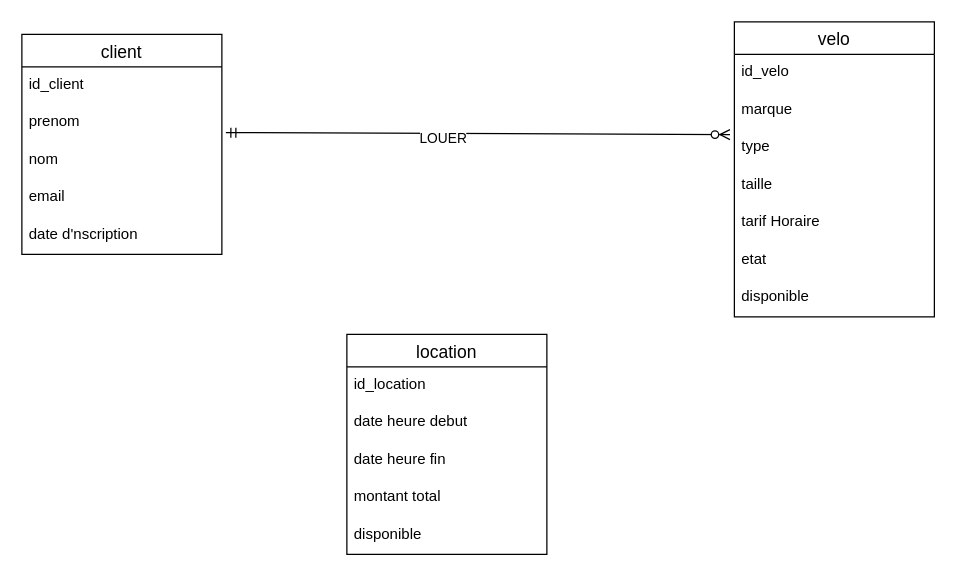
Before: locovelo.drawio in jefflearning40/locovelo, a draw.io diagram. Source tidied: cells renumbered, new cells numbered last; positions are measured from the earlier drawing's top-left corner, leaving out a move shared by most shapes. Both pictures are drawn from the tidied source at 125%, with x=0, y=0 at pixel (21, 21).
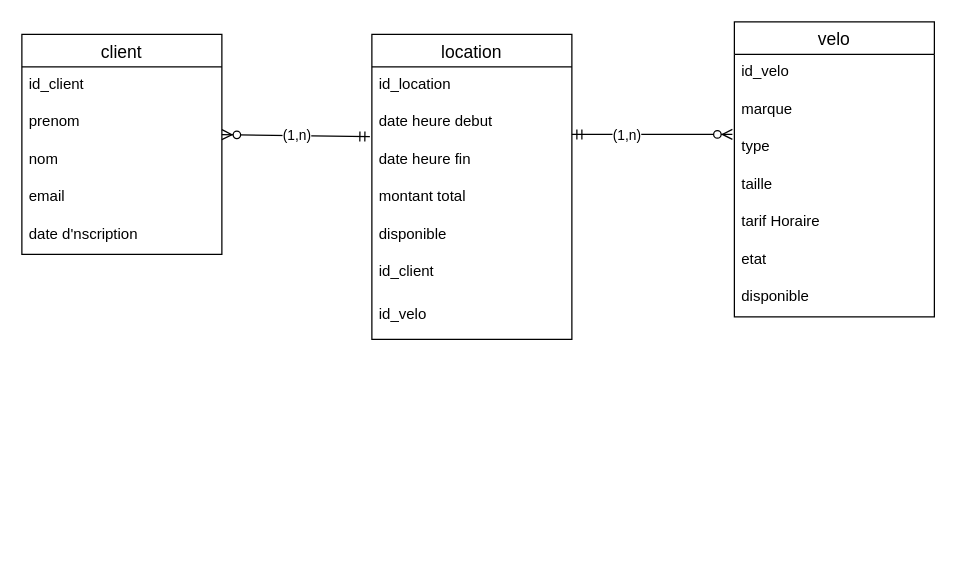
After the change.

Commit message (it also covers changes not shown here):
Mettre à jour locovelo.drawio

Unchanged cells that the change refers to:
```xml
<mxCell id="4" value="prenom" style="text;strokeColor=none;fillColor=none;spacingLeft=4;spacingRight=4;overflow=hidden;points=[[0,0.5],[1,0.5]];portConstraint=eastwest;fontSize=12;whiteSpace=wrap;html=1;" parent="2" vertex="1">
  <mxGeometry y="56" width="160" height="30" as="geometry" />
</mxCell>
<mxCell id="11" value="type" style="text;strokeColor=none;fillColor=none;spacingLeft=4;spacingRight=4;overflow=hidden;points=[[0,0.5],[1,0.5]];portConstraint=eastwest;fontSize=12;whiteSpace=wrap;html=1;" parent="8" vertex="1">
  <mxGeometry y="86" width="160" height="30" as="geometry" />
</mxCell>
<mxCell id="18" value="date heure debut" style="text;strokeColor=none;fillColor=none;spacingLeft=4;spacingRight=4;overflow=hidden;points=[[0,0.5],[1,0.5]];portConstraint=eastwest;fontSize=12;whiteSpace=wrap;html=1;" parent="16" vertex="1">
  <mxGeometry y="56" width="160" height="30" as="geometry" />
</mxCell>
```

The edit, as a diff of the source:
```diff
@@
     <mxCell id="16" value="location" style="swimlane;fontStyle=0;horizontal=1;startSize=26;align=center;fontSize=14;" parent="1" vertex="1">
-      <mxGeometry x="260" y="250" width="160" height="176" as="geometry" />
+      <mxGeometry x="280" y="10" width="160" height="244" as="geometry" />
     </mxCell>
@@
-    <mxCell id="22" style="fontSize=12;html=1;endArrow=ERzeroToMany;startArrow=ERmandOne;rounded=0;exitX=1.02;exitY=0.753;exitDx=0;exitDy=0;exitPerimeter=0;entryX=-0.022;entryY=0.14;entryDx=0;entryDy=0;entryPerimeter=0;" parent="1" edge="1" source="4" target="11">
-      <mxGeometry relative="1" as="geometry" />
-    </mxCell>
-    <mxCell id="23" value="LOUER" style="edgeLabel;html=1;align=center;verticalAlign=middle;" parent="22" vertex="1">
-      <mxGeometry x="-0.14" y="-3" relative="1" as="geometry" />
-    </mxCell>
+    <mxCell id="24" value="id_client" style="text;strokeColor=none;fillColor=none;spacingLeft=4;spacingRight=4;overflow=hidden;fontSize=12;whiteSpace=wrap;html=1;" parent="16" vertex="1">
+      <mxGeometry y="176" width="160" height="34" as="geometry" />
+    </mxCell>
+    <mxCell id="25" value="id_velo" style="text;strokeColor=none;fillColor=none;spacingLeft=4;spacingRight=4;overflow=hidden;fontSize=12;whiteSpace=wrap;html=1;" parent="16" vertex="1">
+      <mxGeometry y="210" width="160" height="34" as="geometry" />
+    </mxCell>
+    <mxCell id="26" style="fontSize=12;html=1;endArrow=ERzeroToMany;startArrow=ERmandOne;rounded=0;exitX=-0.01;exitY=0.86;exitDx=0;exitDy=0;exitPerimeter=0;entryX=1;entryY=0.807;entryDx=0;entryDy=0;entryPerimeter=0;" parent="1" edge="1" source="18" target="4">
+      <mxGeometry relative="1" as="geometry" />
+    </mxCell>
+    <mxCell id="27" value="(1,n)" style="edgeLabel;html=1;align=center;verticalAlign=middle;" parent="26" vertex="1">
+      <mxGeometry y="-1" relative="1" as="geometry" />
+    </mxCell>
+    <mxCell id="28" style="fontSize=12;html=1;endArrow=ERzeroToMany;startArrow=ERmandOne;rounded=0;entryX=1;entryY=0.807;entryDx=0;entryDy=0;entryPerimeter=0;exitX=1.01;exitY=0.167;exitDx=0;exitDy=0;exitPerimeter=0;" parent="1" edge="1">
+      <mxGeometry relative="1" as="geometry">
+        <mxPoint x="440" y="90" as="sourcePoint" />
+        <mxPoint x="568.4" y="90" as="targetPoint" />
+      </mxGeometry>
+    </mxCell>
+    <mxCell id="29" value="(1,n)" style="edgeLabel;html=1;align=center;verticalAlign=middle;" parent="28" vertex="1">
+      <mxGeometry x="-0.33" relative="1" as="geometry" />
+    </mxCell>
```
